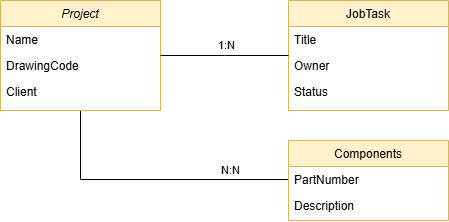
Before: DM106ProjectMgmt/docs/Diadrama de Classes.png, a diagram exported from draw.io (mcscorazza/DM106ProjectMgmt). Source tidied: cells renumbered, new cells last; positions are measured from the earlier drawing's top-left corner, leaving out a move shared by most shapes. The source it was exported from:
```xml
<mxGraphModel>
  <root>
    <mxCell id="0" />
    <mxCell id="1" parent="0" />
    <mxCell id="2" style="edgeStyle=orthogonalEdgeStyle;rounded=0;jettySize=auto;html=1;entryX=0;entryY=0.5;entryDx=0;entryDy=0;endArrow=none;startFill=0;" parent="1" edge="1" source="4" target="15">
      <mxGeometry relative="1" as="geometry" />
    </mxCell>
    <mxCell id="3" value="N:N" style="edgeLabel;html=1;align=center;verticalAlign=middle;" parent="2" vertex="1">
      <mxGeometry x="-0.25" y="1" relative="1" as="geometry">
        <mxPoint x="115" y="-8" as="offset" />
      </mxGeometry>
    </mxCell>
    <mxCell id="4" value="Project" style="swimlane;fontStyle=2;align=center;verticalAlign=top;horizontal=1;startSize=26;rounded=0;shadow=0;strokeWidth=1;fillColor=#fff2cc;strokeColor=#d6b656;" parent="1" vertex="1">
      <mxGeometry width="160" height="110" as="geometry" />
    </mxCell>
    <mxCell id="5" value="Name" style="text;align=left;verticalAlign=top;spacingLeft=4;spacingRight=4;overflow=hidden;" parent="4" vertex="1">
      <mxGeometry y="26" width="160" height="26" as="geometry" />
    </mxCell>
    <mxCell id="6" value="DrawingCode" style="text;align=left;verticalAlign=top;spacingLeft=4;spacingRight=4;overflow=hidden;rounded=0;shadow=0;html=0;" parent="4" vertex="1">
      <mxGeometry y="52" width="160" height="26" as="geometry" />
    </mxCell>
    <mxCell id="7" value="Client" style="text;align=left;verticalAlign=top;spacingLeft=4;spacingRight=4;overflow=hidden;rounded=0;shadow=0;html=0;" parent="4" vertex="1">
      <mxGeometry y="78" width="160" height="26" as="geometry" />
    </mxCell>
    <mxCell id="8" value="JobTask" style="swimlane;fontStyle=0;align=center;verticalAlign=top;horizontal=1;startSize=26;rounded=0;shadow=0;strokeWidth=1;fillColor=#fff2cc;strokeColor=#d6b656;" parent="1" vertex="1">
      <mxGeometry x="288" width="160" height="110" as="geometry" />
    </mxCell>
    <mxCell id="9" value="Title" style="text;align=left;verticalAlign=top;spacingLeft=4;spacingRight=4;overflow=hidden;" parent="8" vertex="1">
      <mxGeometry y="26" width="160" height="26" as="geometry" />
    </mxCell>
    <mxCell id="10" value="Owner" style="text;align=left;verticalAlign=top;spacingLeft=4;spacingRight=4;overflow=hidden;rounded=0;shadow=0;html=0;" parent="8" vertex="1">
      <mxGeometry y="52" width="160" height="26" as="geometry" />
    </mxCell>
    <mxCell id="11" value="Status" style="text;align=left;verticalAlign=top;spacingLeft=4;spacingRight=4;overflow=hidden;rounded=0;shadow=0;html=0;" parent="8" vertex="1">
      <mxGeometry y="78" width="160" height="26" as="geometry" />
    </mxCell>
    <mxCell id="12" style="endArrow=none;shadow=0;strokeWidth=1;rounded=0;curved=0;endFill=1;edgeStyle=elbowEdgeStyle;elbow=horizontal;startFill=0;" parent="1" edge="1" source="4" target="8">
      <mxGeometry x="0.5" y="41" relative="1" as="geometry">
        <mxPoint x="-40" y="32" as="offset" />
      </mxGeometry>
    </mxCell>
    <mxCell id="13" value="1:N" style="edgeLabel;html=1;align=center;verticalAlign=middle;" parent="12" vertex="1">
      <mxGeometry x="0.17" y="2" relative="1" as="geometry">
        <mxPoint x="-9" y="-8" as="offset" />
      </mxGeometry>
    </mxCell>
    <mxCell id="14" value="Components" style="swimlane;fontStyle=0;align=center;verticalAlign=top;horizontal=1;startSize=26;rounded=0;shadow=0;strokeWidth=1;fillColor=#fff2cc;strokeColor=#d6b656;" parent="1" vertex="1">
      <mxGeometry x="288" y="140" width="160" height="80" as="geometry" />
    </mxCell>
    <mxCell id="15" value="PartNumber" style="text;align=left;verticalAlign=top;spacingLeft=4;spacingRight=4;overflow=hidden;points=[[0,0.5],[1,0.5]];portConstraint=eastwest;" parent="14" vertex="1">
      <mxGeometry y="26" width="160" height="26" as="geometry" />
    </mxCell>
    <mxCell id="16" value="Description" style="text;align=left;verticalAlign=top;spacingLeft=4;spacingRight=4;overflow=hidden;rounded=0;shadow=0;html=0;" parent="14" vertex="1">
      <mxGeometry y="52" width="160" height="26" as="geometry" />
    </mxCell>
  </root>
</mxGraphModel>
```
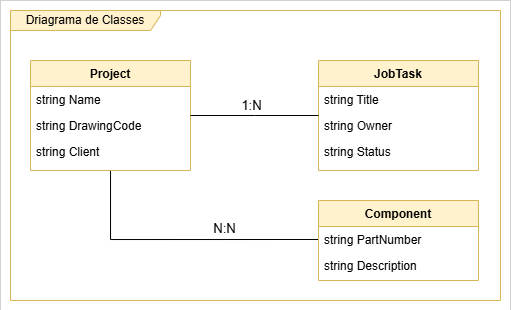
Above is the later version.

Commit message:
Update Class Diagram image

What changed in the source:
```diff
@@ -2,36 +2,39 @@
   <root>
     <mxCell id="0" />
     <mxCell id="1" parent="0" />
+    <mxCell id="17" style="rounded=0;whiteSpace=wrap;html=1;strokeWidth=0;" parent="1" vertex="1">
+      <mxGeometry x="-30" y="-60" width="510" height="310" as="geometry" />
+    </mxCell>
     <mxCell id="2" style="edgeStyle=orthogonalEdgeStyle;rounded=0;jettySize=auto;html=1;entryX=0;entryY=0.5;entryDx=0;entryDy=0;endArrow=none;startFill=0;" parent="1" edge="1" source="4" target="15">
       <mxGeometry relative="1" as="geometry" />
     </mxCell>
-    <mxCell id="3" value="N:N" style="edgeLabel;html=1;align=center;verticalAlign=middle;" parent="2" vertex="1">
+    <mxCell id="3" value="N:N" style="edgeLabel;html=1;align=center;verticalAlign=middle;fontSize=13;" parent="2" vertex="1">
       <mxGeometry x="-0.25" y="1" relative="1" as="geometry">
-        <mxPoint x="115" y="-8" as="offset" />
+        <mxPoint x="79" y="-10" as="offset" />
       </mxGeometry>
     </mxCell>
-    <mxCell id="4" value="Project" style="swimlane;fontStyle=2;align=center;verticalAlign=top;horizontal=1;startSize=26;rounded=0;shadow=0;strokeWidth=1;fillColor=#fff2cc;strokeColor=#d6b656;" parent="1" vertex="1">
+    <mxCell id="4" value="Project" style="swimlane;fontStyle=1;align=center;verticalAlign=top;horizontal=1;startSize=26;rounded=0;shadow=0;strokeWidth=1;fillColor=#fff2cc;strokeColor=#d6b656;" parent="1" vertex="1">
       <mxGeometry width="160" height="110" as="geometry" />
     </mxCell>
-    <mxCell id="5" value="Name" style="text;align=left;verticalAlign=top;spacingLeft=4;spacingRight=4;overflow=hidden;" parent="4" vertex="1">
+    <mxCell id="5" value="string Name" style="text;align=left;verticalAlign=top;spacingLeft=4;spacingRight=4;overflow=hidden;" parent="4" vertex="1">
       <mxGeometry y="26" width="160" height="26" as="geometry" />
     </mxCell>
-    <mxCell id="6" value="DrawingCode" style="text;align=left;verticalAlign=top;spacingLeft=4;spacingRight=4;overflow=hidden;rounded=0;shadow=0;html=0;" parent="4" vertex="1">
+    <mxCell id="6" value="string DrawingCode" style="text;align=left;verticalAlign=top;spacingLeft=4;spacingRight=4;overflow=hidden;rounded=0;shadow=0;html=0;" parent="4" vertex="1">
       <mxGeometry y="52" width="160" height="26" as="geometry" />
     </mxCell>
-    <mxCell id="7" value="Client" style="text;align=left;verticalAlign=top;spacingLeft=4;spacingRight=4;overflow=hidden;rounded=0;shadow=0;html=0;" parent="4" vertex="1">
+    <mxCell id="7" value="string Client" style="text;align=left;verticalAlign=top;spacingLeft=4;spacingRight=4;overflow=hidden;rounded=0;shadow=0;html=0;" parent="4" vertex="1">
       <mxGeometry y="78" width="160" height="26" as="geometry" />
     </mxCell>
-    <mxCell id="8" value="JobTask" style="swimlane;fontStyle=0;align=center;verticalAlign=top;horizontal=1;startSize=26;rounded=0;shadow=0;strokeWidth=1;fillColor=#fff2cc;strokeColor=#d6b656;" parent="1" vertex="1">
+    <mxCell id="8" value="JobTask" style="swimlane;fontStyle=1;align=center;verticalAlign=top;horizontal=1;startSize=26;rounded=0;shadow=0;strokeWidth=1;fillColor=#fff2cc;strokeColor=#d6b656;" parent="1" vertex="1">
       <mxGeometry x="288" width="160" height="110" as="geometry" />
     </mxCell>
-    <mxCell id="9" value="Title" style="text;align=left;verticalAlign=top;spacingLeft=4;spacingRight=4;overflow=hidden;" parent="8" vertex="1">
+    <mxCell id="9" value="string Title" style="text;align=left;verticalAlign=top;spacingLeft=4;spacingRight=4;overflow=hidden;" parent="8" vertex="1">
       <mxGeometry y="26" width="160" height="26" as="geometry" />
     </mxCell>
-    <mxCell id="10" value="Owner" style="text;align=left;verticalAlign=top;spacingLeft=4;spacingRight=4;overflow=hidden;rounded=0;shadow=0;html=0;" parent="8" vertex="1">
+    <mxCell id="10" value="string Owner" style="text;align=left;verticalAlign=top;spacingLeft=4;spacingRight=4;overflow=hidden;rounded=0;shadow=0;html=0;" parent="8" vertex="1">
       <mxGeometry y="52" width="160" height="26" as="geometry" />
     </mxCell>
-    <mxCell id="11" value="Status" style="text;align=left;verticalAlign=top;spacingLeft=4;spacingRight=4;overflow=hidden;rounded=0;shadow=0;html=0;" parent="8" vertex="1">
+    <mxCell id="11" value="string Status" style="text;align=left;verticalAlign=top;spacingLeft=4;spacingRight=4;overflow=hidden;rounded=0;shadow=0;html=0;" parent="8" vertex="1">
       <mxGeometry y="78" width="160" height="26" as="geometry" />
     </mxCell>
     <mxCell id="12" style="endArrow=none;shadow=0;strokeWidth=1;rounded=0;curved=0;endFill=1;edgeStyle=elbowEdgeStyle;elbow=horizontal;startFill=0;" parent="1" edge="1" source="4" target="8">
@@ -39,19 +42,22 @@
         <mxPoint x="-40" y="32" as="offset" />
       </mxGeometry>
     </mxCell>
-    <mxCell id="13" value="1:N" style="edgeLabel;html=1;align=center;verticalAlign=middle;" parent="12" vertex="1">
+    <mxCell id="13" value="1:N" style="edgeLabel;html=1;align=center;verticalAlign=middle;fontSize=13;" parent="12" vertex="1">
       <mxGeometry x="0.17" y="2" relative="1" as="geometry">
-        <mxPoint x="-9" y="-8" as="offset" />
+        <mxPoint x="-14" y="-8" as="offset" />
       </mxGeometry>
     </mxCell>
-    <mxCell id="14" value="Components" style="swimlane;fontStyle=0;align=center;verticalAlign=top;horizontal=1;startSize=26;rounded=0;shadow=0;strokeWidth=1;fillColor=#fff2cc;strokeColor=#d6b656;" parent="1" vertex="1">
+    <mxCell id="14" value="Component" style="swimlane;fontStyle=1;align=center;verticalAlign=top;horizontal=1;startSize=26;rounded=0;shadow=0;strokeWidth=1;fillColor=#fff2cc;strokeColor=#d6b656;" parent="1" vertex="1">
       <mxGeometry x="288" y="140" width="160" height="80" as="geometry" />
     </mxCell>
-    <mxCell id="15" value="PartNumber" style="text;align=left;verticalAlign=top;spacingLeft=4;spacingRight=4;overflow=hidden;points=[[0,0.5],[1,0.5]];portConstraint=eastwest;" parent="14" vertex="1">
+    <mxCell id="15" value="string PartNumber" style="text;align=left;verticalAlign=top;spacingLeft=4;spacingRight=4;overflow=hidden;points=[[0,0.5],[1,0.5]];portConstraint=eastwest;" parent="14" vertex="1">
       <mxGeometry y="26" width="160" height="26" as="geometry" />
     </mxCell>
-    <mxCell id="16" value="Description" style="text;align=left;verticalAlign=top;spacingLeft=4;spacingRight=4;overflow=hidden;rounded=0;shadow=0;html=0;" parent="14" vertex="1">
+    <mxCell id="16" value="string Description" style="text;align=left;verticalAlign=top;spacingLeft=4;spacingRight=4;overflow=hidden;rounded=0;shadow=0;html=0;" parent="14" vertex="1">
       <mxGeometry y="52" width="160" height="26" as="geometry" />
     </mxCell>
+    <mxCell id="18" value="Driagrama de Classes" style="shape=umlFrame;whiteSpace=wrap;html=1;width=150;height=20;fillColor=#fff2cc;strokeColor=#d6b656;" parent="1" vertex="1">
+      <mxGeometry x="-20" y="-50" width="490" height="290" as="geometry" />
+    </mxCell>
   </root>
 </mxGraphModel>
```
